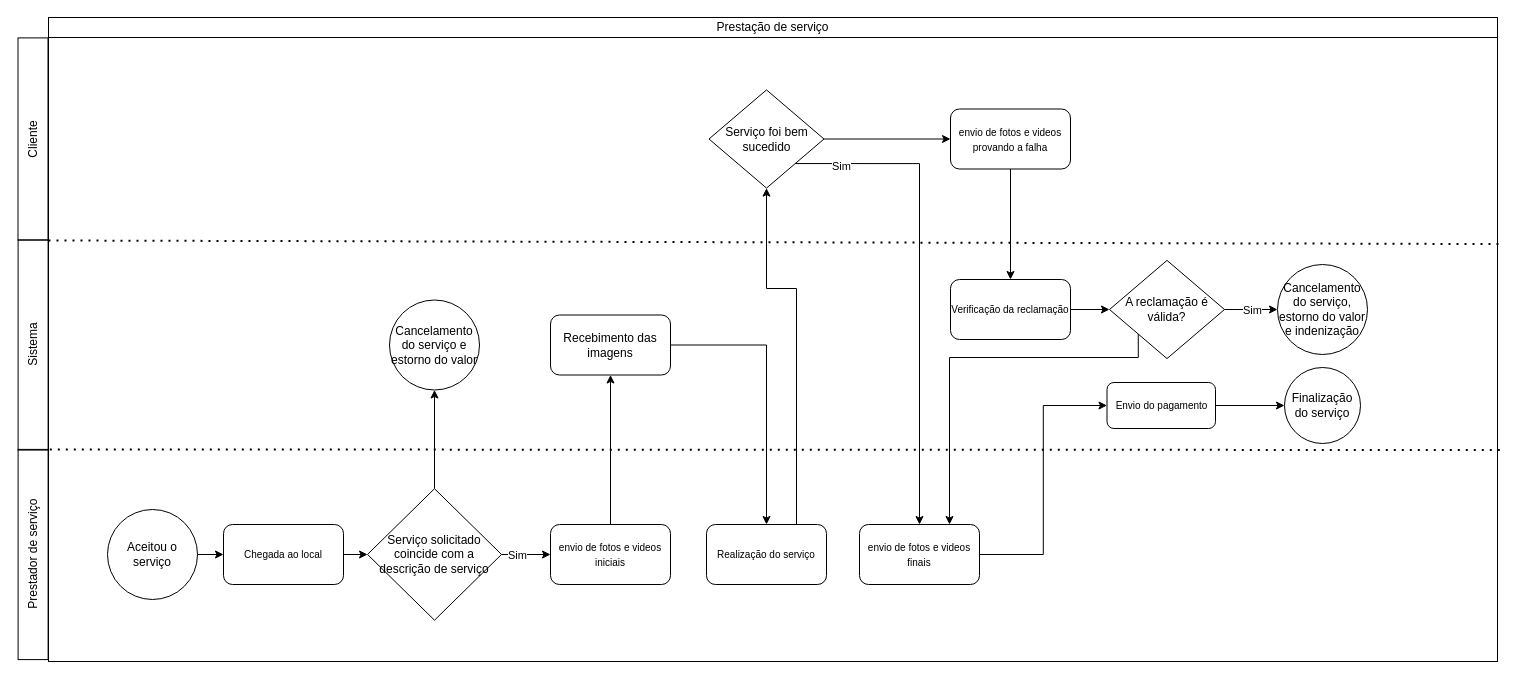
Before: fluxagrama de prestação de serviço.drawio in HG0304/CC5511-SIRIUS, a draw.io diagram. Source tidied: cells renumbered, new cells numbered last; positions are measured from the earlier drawing's top-left corner, leaving out a move shared by most shapes. Both pictures are drawn from the tidied source at 100%, with x=0, y=0 at pixel (-73, 17).
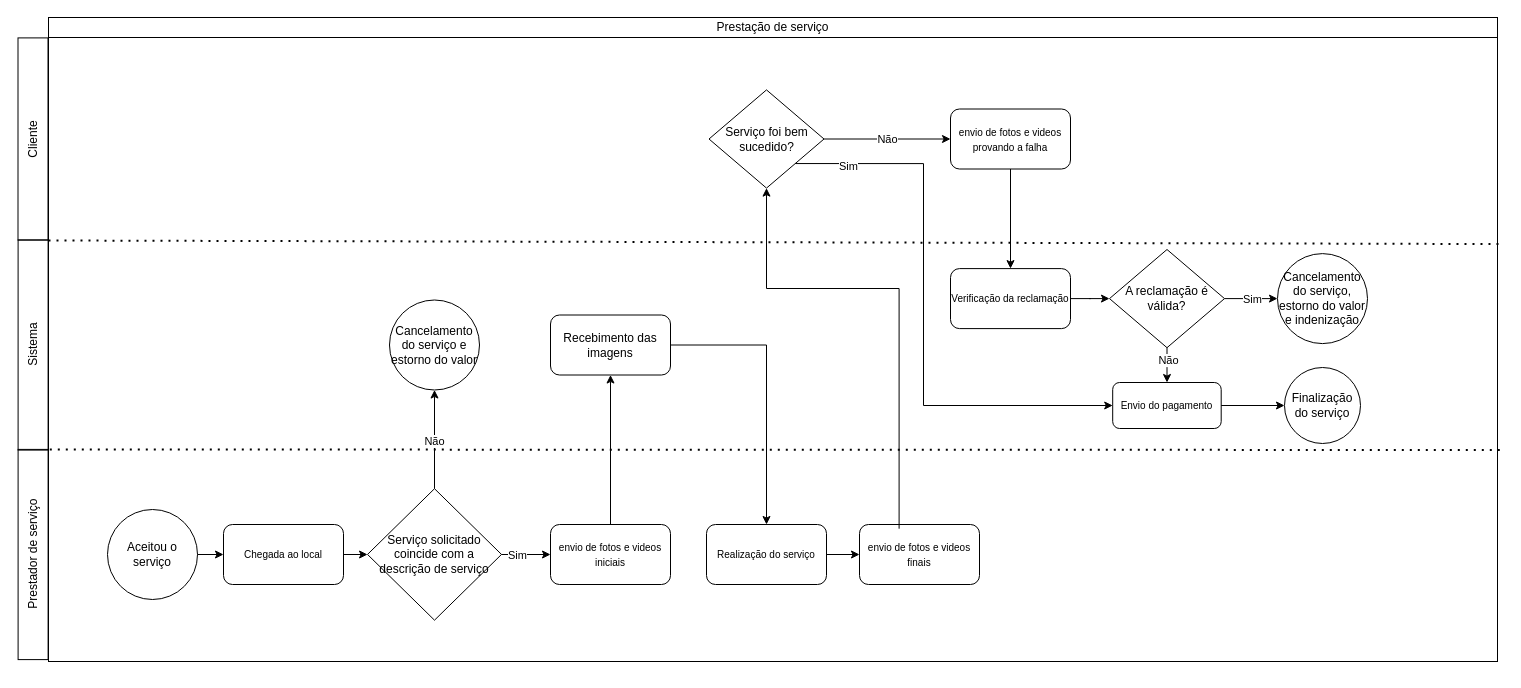
After the change.

The change refers to these unchanged cells:
```xml
<mxCell id="20" style="edgeStyle=orthogonalEdgeStyle;rounded=0;jettySize=auto;html=1;" parent="1" edge="1" source="21" target="22">
  <mxGeometry relative="1" as="geometry" />
</mxCell>
<mxCell id="24" value="&lt;span style=&quot;font-size: 10px;&quot;&gt;Realização do serviço&lt;/span&gt;" style="rounded=1;whiteSpace=wrap;html=1;fillColor=none;" parent="1" vertex="1">
  <mxGeometry x="779" y="507" width="120" height="60" as="geometry" />
</mxCell>
<mxCell id="26" value="&lt;span style=&quot;font-size: 10px;&quot;&gt;envio de fotos e videos finais&lt;/span&gt;" style="rounded=1;whiteSpace=wrap;html=1;fillColor=none;" parent="1" vertex="1">
  <mxGeometry x="932" y="507" width="120" height="60" as="geometry" />
</mxCell>
<mxCell id="32" value="&lt;span style=&quot;font-size: 10px;&quot;&gt;envio de fotos e videos provando a falha&lt;/span&gt;" style="rounded=1;whiteSpace=wrap;html=1;fillColor=none;" parent="1" vertex="1">
  <mxGeometry x="1023" y="91.5" width="120" height="60" as="geometry" />
</mxCell>
```

What changed in the source:
```diff
@@
+    <mxCell id="43" value="Não" style="edgeLabel;html=1;align=center;verticalAlign=middle;" parent="20" vertex="1">
+      <mxGeometry x="-0.03" y="1" relative="1" as="geometry" />
+    </mxCell>
@@
-    <mxCell id="23" style="edgeStyle=orthogonalEdgeStyle;rounded=0;jettySize=auto;html=1;exitX=0.75;exitY=0;exitDx=0;exitDy=0;entryX=0.5;entryY=1;entryDx=0;entryDy=0;" parent="1" edge="1" source="24" target="30">
+    <mxCell id="23" style="edgeStyle=orthogonalEdgeStyle;rounded=0;jettySize=auto;html=1;exitX=0.33;exitY=0.07;exitDx=0;exitDy=0;entryX=0.5;entryY=1;entryDx=0;entryDy=0;exitPerimeter=0;" parent="1" edge="1" source="26" target="30">
       <mxGeometry relative="1" as="geometry">
         <Array as="points">
-          <mxPoint x="869" y="271" />
+          <mxPoint x="972" y="271" />
           <mxPoint x="839" y="271" />
         </Array>
       </mxGeometry>
     </mxCell>
+    <mxCell id="44" style="edgeStyle=orthogonalEdgeStyle;rounded=0;jettySize=auto;html=1;exitX=1;exitY=0.5;exitDx=0;exitDy=0;entryX=0;entryY=0.5;entryDx=0;entryDy=0;" parent="1" edge="1" source="24" target="26">
+      <mxGeometry relative="1" as="geometry" />
+    </mxCell>
@@
-    <mxCell id="25" style="edgeStyle=orthogonalEdgeStyle;rounded=0;jettySize=auto;html=1;exitX=1;exitY=0.5;exitDx=0;exitDy=0;entryX=0;entryY=0.5;entryDx=0;entryDy=0;" parent="1" edge="1" source="26" target="41">
-      <mxGeometry relative="1" as="geometry" />
-    </mxCell>
@@
-    <mxCell id="27" style="edgeStyle=orthogonalEdgeStyle;rounded=0;jettySize=auto;html=1;exitX=1;exitY=1;exitDx=0;exitDy=0;" parent="1" edge="1" source="30" target="26">
-      <mxGeometry relative="1" as="geometry" />
+    <mxCell id="27" style="edgeStyle=orthogonalEdgeStyle;rounded=0;jettySize=auto;html=1;exitX=1;exitY=1;exitDx=0;exitDy=0;entryX=0;entryY=0.5;entryDx=0;entryDy=0;" parent="1" edge="1" source="30" target="41">
+      <mxGeometry relative="1" as="geometry">
+        <Array as="points">
+          <mxPoint x="996" y="146" />
+          <mxPoint x="996" y="388" />
+        </Array>
+      </mxGeometry>
     </mxCell>
@@
-    <mxCell id="29" style="edgeStyle=orthogonalEdgeStyle;rounded=0;jettySize=auto;html=1;exitX=1;exitY=0.5;exitDx=0;exitDy=0;entryX=0;entryY=0.5;entryDx=0;entryDy=0;" parent="1" edge="1" source="30" target="32">
+    <mxCell id="29" value="Não" style="edgeStyle=orthogonalEdgeStyle;rounded=0;jettySize=auto;html=1;exitX=1;exitY=0.5;exitDx=0;exitDy=0;entryX=0;entryY=0.5;entryDx=0;entryDy=0;" parent="1" edge="1" source="30" target="32">
       <mxGeometry relative="1" as="geometry" />
     </mxCell>
-    <mxCell id="30" value="Serviço foi bem sucedido" style="rhombus;whiteSpace=wrap;html=1;fillColor=none;" parent="1" vertex="1">
+    <mxCell id="30" value="Serviço foi bem sucedido?" style="rhombus;whiteSpace=wrap;html=1;fillColor=none;" parent="1" vertex="1">
       <mxGeometry x="781.5" y="72.4" width="115" height="98.2" as="geometry" />
     </mxCell>
@@
     <mxCell id="34" value="&lt;span style=&quot;font-size: 10px;&quot;&gt;Verificação da reclamação&lt;/span&gt;" style="rounded=1;whiteSpace=wrap;html=1;fillColor=none;" parent="1" vertex="1">
-      <mxGeometry x="1023" y="262" width="120" height="60" as="geometry" />
+      <mxGeometry x="1023" y="251.1" width="120" height="60" as="geometry" />
     </mxCell>
@@
-    <mxCell id="37" style="edgeStyle=orthogonalEdgeStyle;rounded=0;jettySize=auto;html=1;exitX=0;exitY=1;exitDx=0;exitDy=0;entryX=0.75;entryY=0;entryDx=0;entryDy=0;" parent="1" edge="1" source="38" target="26">
-      <mxGeometry relative="1" as="geometry">
-        <Array as="points">
-          <mxPoint x="1211" y="340" />
-          <mxPoint x="1022" y="340" />
-        </Array>
-      </mxGeometry>
-    </mxCell>
+    <mxCell id="45" style="edgeStyle=orthogonalEdgeStyle;rounded=0;jettySize=auto;html=1;exitX=0.5;exitY=1;exitDx=0;exitDy=0;" parent="1" edge="1" source="38" target="41">
+      <mxGeometry relative="1" as="geometry" />
+    </mxCell>
+    <mxCell id="46" value="Não" style="edgeLabel;html=1;align=center;verticalAlign=middle;" parent="45" vertex="1">
+      <mxGeometry x="-0.31" y="1" relative="1" as="geometry" />
+    </mxCell>
     <mxCell id="38" value="A reclamação é válida?" style="rhombus;whiteSpace=wrap;html=1;fillColor=none;" parent="1" vertex="1">
-      <mxGeometry x="1182" y="242.9" width="115" height="98.2" as="geometry" />
+      <mxGeometry x="1182" y="232" width="115" height="98.2" as="geometry" />
     </mxCell>
     <mxCell id="39" value="Cancelamento do serviço, estorno do valor e indenização" style="ellipse;whiteSpace=wrap;html=1;fillColor=none;" parent="1" vertex="1">
-      <mxGeometry x="1350" y="247" width="90" height="90" as="geometry" />
+      <mxGeometry x="1350" y="236.1" width="90" height="90" as="geometry" />
     </mxCell>
@@
     <mxCell id="41" value="&lt;span style=&quot;font-size: 10px;&quot;&gt;Envio do pagamento&lt;/span&gt;" style="rounded=1;whiteSpace=wrap;html=1;fillColor=none;" parent="1" vertex="1">
-      <mxGeometry x="1179.5" y="365" width="108.5" height="46" as="geometry" />
+      <mxGeometry x="1185.2" y="365" width="108.5" height="46" as="geometry" />
     </mxCell>
```
